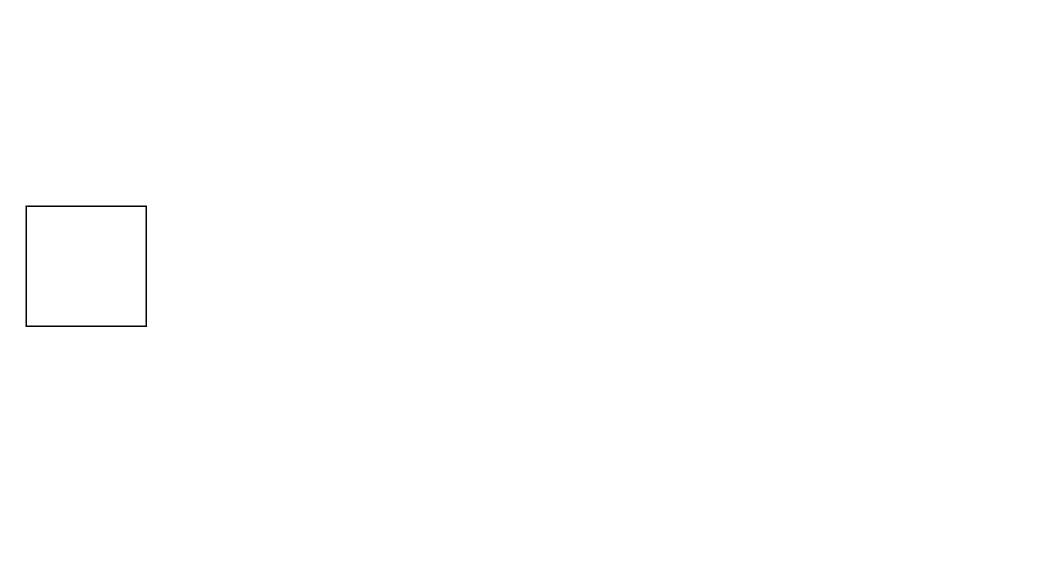
Above: test.drawio in Apurv-henkare/Cave_Exploration_Game (draw.io), before the change. Source tidied: cells renumbered, new cells numbered last; positions are measured from the earlier drawing's top-left corner, leaving out a move shared by most shapes. Both pictures are drawn from the tidied source at 150%, with x=0, y=0 at pixel (26, 206).
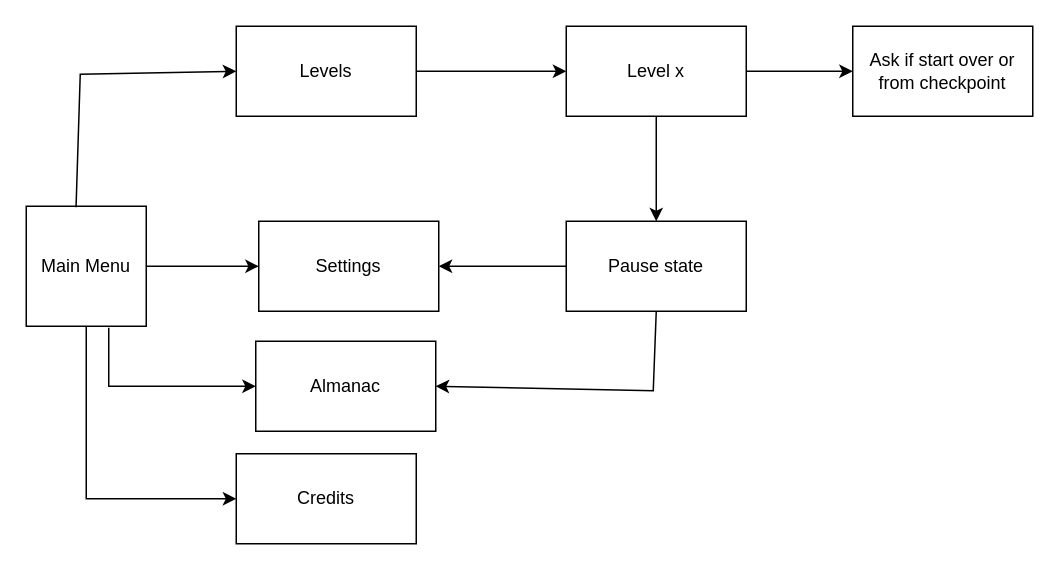
The same diagram, later.

What changed in the source:
```diff
@@
+    <mxCell id="3" style="edgeStyle=orthogonalEdgeStyle;rounded=0;jettySize=auto;html=1;" parent="1" edge="1" source="2" target="9">
+      <mxGeometry relative="1" as="geometry" />
+    </mxCell>
-    <mxCell id="2" style="whiteSpace=wrap;html=1;" parent="1" vertex="1">
+    <mxCell id="2" value="Main Menu" style="whiteSpace=wrap;html=1;" parent="1" vertex="1">
       <mxGeometry width="80" height="80" as="geometry" />
     </mxCell>
+    <mxCell id="4" style="edgeStyle=orthogonalEdgeStyle;rounded=0;jettySize=auto;html=1;" parent="1" edge="1" source="5" target="7">
+      <mxGeometry relative="1" as="geometry" />
+    </mxCell>
+    <mxCell id="5" value="Levels" style="rounded=0;whiteSpace=wrap;html=1;" parent="1" vertex="1">
+      <mxGeometry x="140" y="-120" width="120" height="60" as="geometry" />
+    </mxCell>
+    <mxCell id="6" style="edgeStyle=orthogonalEdgeStyle;rounded=0;jettySize=auto;html=1;" parent="1" edge="1" source="7" target="13">
+      <mxGeometry relative="1" as="geometry" />
+    </mxCell>
+    <mxCell id="7" value="Level x" style="rounded=0;whiteSpace=wrap;html=1;" parent="1" vertex="1">
+      <mxGeometry x="360" y="-120" width="120" height="60" as="geometry" />
+    </mxCell>
+    <mxCell id="8" style="endArrow=classic;html=1;rounded=0;exitX=0.415;exitY=0.008;exitDx=0;exitDy=0;exitPerimeter=0;entryX=0;entryY=0.5;entryDx=0;entryDy=0;" parent="1" edge="1" source="2" target="5">
+      <mxGeometry relative="1" as="geometry">
+        <Array as="points">
+          <mxPoint x="36" y="-88" />
+        </Array>
+      </mxGeometry>
+    </mxCell>
+    <mxCell id="9" value="Settings" style="rounded=0;whiteSpace=wrap;html=1;" parent="1" vertex="1">
+      <mxGeometry x="155" y="10" width="120" height="60" as="geometry" />
+    </mxCell>
+    <mxCell id="10" value="Credits" style="rounded=0;whiteSpace=wrap;html=1;" parent="1" vertex="1">
+      <mxGeometry x="140" y="165" width="120" height="60" as="geometry" />
+    </mxCell>
+    <mxCell id="11" style="endArrow=classic;html=1;rounded=0;entryX=0;entryY=0.5;entryDx=0;entryDy=0;exitX=0.5;exitY=1;exitDx=0;exitDy=0;" parent="1" edge="1" source="2" target="10">
+      <mxGeometry relative="1" as="geometry">
+        <Array as="points">
+          <mxPoint x="40" y="195" />
+        </Array>
+      </mxGeometry>
+    </mxCell>
+    <mxCell id="12" style="edgeStyle=orthogonalEdgeStyle;rounded=0;jettySize=auto;html=1;" parent="1" edge="1" source="13" target="9">
+      <mxGeometry relative="1" as="geometry" />
+    </mxCell>
+    <mxCell id="13" value="Pause state" style="rounded=0;whiteSpace=wrap;html=1;" parent="1" vertex="1">
+      <mxGeometry x="360" y="10" width="120" height="60" as="geometry" />
+    </mxCell>
+    <mxCell id="14" value="Almanac" style="rounded=0;whiteSpace=wrap;html=1;" parent="1" vertex="1">
+      <mxGeometry x="153" y="90" width="120" height="60" as="geometry" />
+    </mxCell>
+    <mxCell id="15" style="endArrow=classic;html=1;rounded=0;entryX=0;entryY=0.5;entryDx=0;entryDy=0;" parent="1" edge="1" target="14">
+      <mxGeometry relative="1" as="geometry">
+        <mxPoint x="55" y="81" as="sourcePoint" />
+        <Array as="points">
+          <mxPoint x="55" y="120" />
+        </Array>
+      </mxGeometry>
+    </mxCell>
+    <mxCell id="16" style="endArrow=classic;html=1;rounded=0;entryX=1;entryY=0.5;entryDx=0;entryDy=0;exitX=0.5;exitY=1;exitDx=0;exitDy=0;" parent="1" edge="1" source="13" target="14">
+      <mxGeometry relative="1" as="geometry">
+        <Array as="points">
+          <mxPoint x="418" y="123" />
+        </Array>
+      </mxGeometry>
+    </mxCell>
+    <mxCell id="17" value="Ask if start over or from checkpoint" style="rounded=0;whiteSpace=wrap;html=1;" parent="1" vertex="1">
+      <mxGeometry x="551" y="-120" width="120" height="60" as="geometry" />
+    </mxCell>
+    <mxCell id="18" style="endArrow=classic;html=1;rounded=0;entryX=0;entryY=0.5;entryDx=0;entryDy=0;exitX=1;exitY=0.5;exitDx=0;exitDy=0;" parent="1" edge="1" source="7" target="17">
+      <mxGeometry relative="1" as="geometry" />
+    </mxCell>
```
